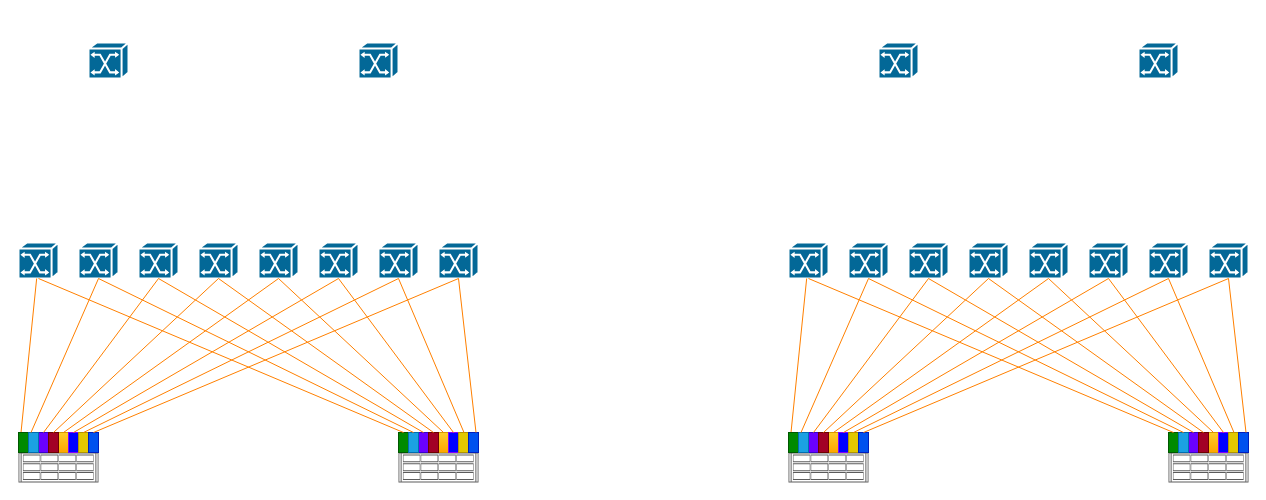
Above: 三层IB网络架构.drawio in hel-2000/network-draw (draw.io), before the change. Source tidied: cells renumbered, new cells numbered last; positions are measured from the earlier drawing's top-left corner, leaving out a move shared by most shapes. Both pictures are drawn from the tidied source at 100%, with x=0, y=0 at pixel (18, 42).
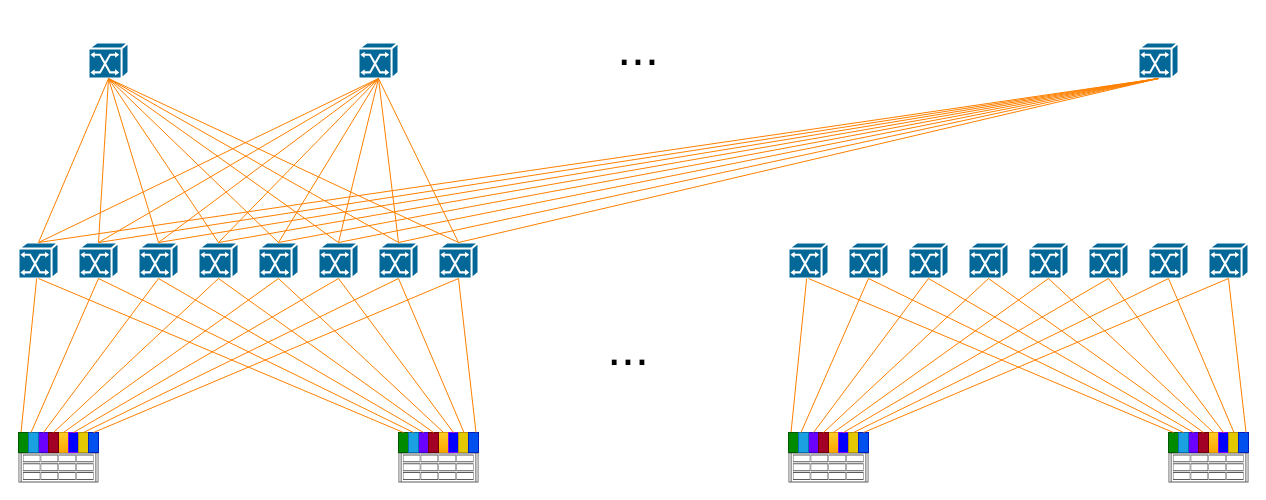
The same page after the edit.

Commit message (it also covers changes not shown here):
更新三层IB网络架构.drawio

The change refers to these unchanged cells:
```xml
<mxCell id="2" style="shape=mxgraph.cisco.switches.atm_switch;sketch=0;html=1;dashed=0;fillColor=#036897;strokeColor=#ffffff;strokeWidth=2;verticalLabelPosition=bottom;verticalAlign=top;align=center;outlineConnect=0;" parent="1" vertex="1">
  <mxGeometry y="200" width="40" height="36" as="geometry" />
</mxCell>
<mxCell id="22" style="shape=mxgraph.cisco.switches.atm_switch;sketch=0;html=1;dashed=0;fillColor=#036897;strokeColor=#ffffff;strokeWidth=2;verticalLabelPosition=bottom;verticalAlign=top;align=center;outlineConnect=0;" parent="1" vertex="1">
  <mxGeometry x="60" y="200" width="40" height="36" as="geometry" />
</mxCell>
<mxCell id="23" style="shape=mxgraph.cisco.switches.atm_switch;sketch=0;html=1;dashed=0;fillColor=#036897;strokeColor=#ffffff;strokeWidth=2;verticalLabelPosition=bottom;verticalAlign=top;align=center;outlineConnect=0;" parent="1" vertex="1">
  <mxGeometry x="120" y="200" width="40" height="36" as="geometry" />
</mxCell>
<mxCell id="24" style="shape=mxgraph.cisco.switches.atm_switch;sketch=0;html=1;dashed=0;fillColor=#036897;strokeColor=#ffffff;strokeWidth=2;verticalLabelPosition=bottom;verticalAlign=top;align=center;outlineConnect=0;" parent="1" vertex="1">
  <mxGeometry x="180" y="200" width="40" height="36" as="geometry" />
</mxCell>
<mxCell id="25" style="shape=mxgraph.cisco.switches.atm_switch;sketch=0;html=1;dashed=0;fillColor=#036897;strokeColor=#ffffff;strokeWidth=2;verticalLabelPosition=bottom;verticalAlign=top;align=center;outlineConnect=0;" parent="1" vertex="1">
  <mxGeometry x="240" y="200" width="40" height="36" as="geometry" />
</mxCell>
<mxCell id="26" style="shape=mxgraph.cisco.switches.atm_switch;sketch=0;html=1;dashed=0;fillColor=#036897;strokeColor=#ffffff;strokeWidth=2;verticalLabelPosition=bottom;verticalAlign=top;align=center;outlineConnect=0;" parent="1" vertex="1">
  <mxGeometry x="300" y="200" width="40" height="36" as="geometry" />
</mxCell>
<mxCell id="27" style="shape=mxgraph.cisco.switches.atm_switch;sketch=0;html=1;dashed=0;fillColor=#036897;strokeColor=#ffffff;strokeWidth=2;verticalLabelPosition=bottom;verticalAlign=top;align=center;outlineConnect=0;" parent="1" vertex="1">
  <mxGeometry x="360" y="200" width="40" height="36" as="geometry" />
</mxCell>
<mxCell id="28" style="shape=mxgraph.cisco.switches.atm_switch;sketch=0;html=1;dashed=0;fillColor=#036897;strokeColor=#ffffff;strokeWidth=2;verticalLabelPosition=bottom;verticalAlign=top;align=center;outlineConnect=0;" parent="1" vertex="1">
  <mxGeometry x="420" y="200" width="40" height="36" as="geometry" />
</mxCell>
<mxCell id="86" style="shape=mxgraph.cisco.switches.atm_switch;sketch=0;html=1;dashed=0;fillColor=#036897;strokeColor=#ffffff;strokeWidth=2;verticalLabelPosition=bottom;verticalAlign=top;align=center;outlineConnect=0;" parent="1" vertex="1">
  <mxGeometry x="70" width="40" height="36" as="geometry" />
</mxCell>
<mxCell id="87" style="shape=mxgraph.cisco.switches.atm_switch;sketch=0;html=1;dashed=0;fillColor=#036897;strokeColor=#ffffff;strokeWidth=2;verticalLabelPosition=bottom;verticalAlign=top;align=center;outlineConnect=0;" parent="1" vertex="1">
  <mxGeometry x="340" width="40" height="36" as="geometry" />
</mxCell>
<mxCell id="89" style="shape=mxgraph.cisco.switches.atm_switch;sketch=0;html=1;dashed=0;fillColor=#036897;strokeColor=#ffffff;strokeWidth=2;verticalLabelPosition=bottom;verticalAlign=top;align=center;outlineConnect=0;" parent="1" vertex="1">
  <mxGeometry x="1120" width="40" height="36" as="geometry" />
</mxCell>
```

Change to the diagram source:
```diff
@@
-    <mxCell id="88" style="shape=mxgraph.cisco.switches.atm_switch;sketch=0;html=1;dashed=0;fillColor=#036897;strokeColor=#ffffff;strokeWidth=2;verticalLabelPosition=bottom;verticalAlign=top;align=center;" parent="1" vertex="1">
-      <mxGeometry x="860" width="40" height="36" as="geometry" />
-    </mxCell>
@@
+    <mxCell id="90" value="&lt;font style=&quot;font-size: 50px;&quot;&gt;...&lt;/font&gt;" style="text;strokeColor=none;align=center;fillColor=none;html=1;verticalAlign=middle;whiteSpace=wrap;rounded=0;" parent="1" vertex="1">
+      <mxGeometry x="580" y="290" width="60" height="30" as="geometry" />
+    </mxCell>
+    <mxCell id="91" value="&lt;font style=&quot;font-size: 50px;&quot;&gt;...&lt;/font&gt;" style="text;strokeColor=none;align=center;fillColor=none;html=1;verticalAlign=middle;whiteSpace=wrap;rounded=0;" parent="1" vertex="1">
+      <mxGeometry x="590" y="-10" width="60" height="30" as="geometry" />
+    </mxCell>
+    <mxCell id="92" style="rounded=0;jettySize=auto;html=1;exitX=0.5;exitY=0;exitDx=0;exitDy=0;startArrow=none;startFill=0;strokeWidth=1;endArrow=none;endFill=0;strokeColor=#FF8000;entryX=0.5;entryY=1;entryDx=0;entryDy=0;entryPerimeter=0;exitPerimeter=0;" parent="1" edge="1" source="2" target="86">
+      <mxGeometry relative="1" as="geometry" />
+    </mxCell>
+    <mxCell id="93" style="rounded=0;jettySize=auto;html=1;exitX=0.5;exitY=0;exitDx=0;exitDy=0;startArrow=none;startFill=0;strokeWidth=1;endArrow=none;endFill=0;strokeColor=#FF8000;entryX=0.5;entryY=1;entryDx=0;entryDy=0;entryPerimeter=0;exitPerimeter=0;" parent="1" edge="1" source="2" target="87">
+      <mxGeometry relative="1" as="geometry" />
+    </mxCell>
+    <mxCell id="94" style="rounded=0;jettySize=auto;html=1;exitX=0.5;exitY=0;exitDx=0;exitDy=0;startArrow=none;startFill=0;strokeWidth=1;endArrow=none;endFill=0;strokeColor=#FF8000;entryX=0.5;entryY=1;entryDx=0;entryDy=0;entryPerimeter=0;exitPerimeter=0;" parent="1" edge="1" source="22" target="86">
+      <mxGeometry relative="1" as="geometry" />
+    </mxCell>
+    <mxCell id="95" style="rounded=0;jettySize=auto;html=1;exitX=0.5;exitY=0;exitDx=0;exitDy=0;startArrow=none;startFill=0;strokeWidth=1;endArrow=none;endFill=0;strokeColor=#FF8000;entryX=0.5;entryY=1;entryDx=0;entryDy=0;entryPerimeter=0;exitPerimeter=0;" parent="1" edge="1" source="22" target="87">
+      <mxGeometry relative="1" as="geometry" />
+    </mxCell>
+    <mxCell id="96" style="rounded=0;jettySize=auto;html=1;startArrow=none;startFill=0;strokeWidth=1;endArrow=none;endFill=0;strokeColor=#FF8000;entryX=0.5;entryY=1;entryDx=0;entryDy=0;entryPerimeter=0;exitX=0.5;exitY=0;exitDx=0;exitDy=0;exitPerimeter=0;" parent="1" edge="1" source="23" target="86">
+      <mxGeometry relative="1" as="geometry" />
+    </mxCell>
+    <mxCell id="97" style="rounded=0;jettySize=auto;html=1;startArrow=none;startFill=0;strokeWidth=1;endArrow=none;endFill=0;strokeColor=#FF8000;entryX=0.5;entryY=1;entryDx=0;entryDy=0;entryPerimeter=0;exitX=0.5;exitY=0;exitDx=0;exitDy=0;exitPerimeter=0;" parent="1" edge="1" source="24" target="86">
+      <mxGeometry relative="1" as="geometry" />
+    </mxCell>
+    <mxCell id="98" style="rounded=0;jettySize=auto;html=1;startArrow=none;startFill=0;strokeWidth=1;endArrow=none;endFill=0;strokeColor=#FF8000;entryX=0.5;entryY=1;entryDx=0;entryDy=0;entryPerimeter=0;exitX=0.5;exitY=0;exitDx=0;exitDy=0;exitPerimeter=0;" parent="1" edge="1" source="25" target="86">
+      <mxGeometry relative="1" as="geometry" />
+    </mxCell>
+    <mxCell id="99" style="rounded=0;jettySize=auto;html=1;startArrow=none;startFill=0;strokeWidth=1;endArrow=none;endFill=0;strokeColor=#FF8000;exitX=0.5;exitY=0;exitDx=0;exitDy=0;exitPerimeter=0;entryX=0.5;entryY=1;entryDx=0;entryDy=0;entryPerimeter=0;" parent="1" edge="1" source="26" target="86">
+      <mxGeometry relative="1" as="geometry" />
+    </mxCell>
+    <mxCell id="100" style="rounded=0;jettySize=auto;html=1;startArrow=none;startFill=0;strokeWidth=1;endArrow=none;endFill=0;strokeColor=#FF8000;exitX=0.5;exitY=0;exitDx=0;exitDy=0;exitPerimeter=0;entryX=0.5;entryY=1;entryDx=0;entryDy=0;entryPerimeter=0;" parent="1" edge="1" source="27" target="86">
+      <mxGeometry relative="1" as="geometry" />
+    </mxCell>
+    <mxCell id="101" style="rounded=0;jettySize=auto;html=1;startArrow=none;startFill=0;strokeWidth=1;endArrow=none;endFill=0;strokeColor=#FF8000;entryX=0.5;entryY=1;entryDx=0;entryDy=0;entryPerimeter=0;exitX=0.5;exitY=0;exitDx=0;exitDy=0;exitPerimeter=0;" parent="1" edge="1" source="28" target="86">
+      <mxGeometry relative="1" as="geometry" />
+    </mxCell>
+    <mxCell id="102" style="rounded=0;jettySize=auto;html=1;exitX=0.5;exitY=0;exitDx=0;exitDy=0;startArrow=none;startFill=0;strokeWidth=1;endArrow=none;endFill=0;strokeColor=#FF8000;entryX=0.5;entryY=1;entryDx=0;entryDy=0;entryPerimeter=0;exitPerimeter=0;" parent="1" edge="1" source="23" target="87">
+      <mxGeometry relative="1" as="geometry" />
+    </mxCell>
+    <mxCell id="103" style="rounded=0;jettySize=auto;html=1;startArrow=none;startFill=0;strokeWidth=1;endArrow=none;endFill=0;strokeColor=#FF8000;entryX=0.5;entryY=1;entryDx=0;entryDy=0;entryPerimeter=0;" parent="1" edge="1" target="87">
+      <mxGeometry relative="1" as="geometry">
+        <mxPoint x="200" y="200" as="sourcePoint" />
+      </mxGeometry>
+    </mxCell>
+    <mxCell id="104" style="rounded=0;jettySize=auto;html=1;exitX=0.5;exitY=0;exitDx=0;exitDy=0;startArrow=none;startFill=0;strokeWidth=1;endArrow=none;endFill=0;strokeColor=#FF8000;entryX=0.5;entryY=1;entryDx=0;entryDy=0;entryPerimeter=0;exitPerimeter=0;" parent="1" edge="1" source="25" target="87">
+      <mxGeometry relative="1" as="geometry" />
+    </mxCell>
+    <mxCell id="105" style="rounded=0;jettySize=auto;html=1;startArrow=none;startFill=0;strokeWidth=1;endArrow=none;endFill=0;strokeColor=#FF8000;entryX=0.5;entryY=1;entryDx=0;entryDy=0;entryPerimeter=0;" parent="1" edge="1" target="87">
+      <mxGeometry relative="1" as="geometry">
+        <mxPoint x="320" y="200" as="sourcePoint" />
+      </mxGeometry>
+    </mxCell>
+    <mxCell id="106" style="rounded=0;jettySize=auto;html=1;startArrow=none;startFill=0;strokeWidth=1;endArrow=none;endFill=0;strokeColor=#FF8000;entryX=0.5;entryY=1;entryDx=0;entryDy=0;entryPerimeter=0;" parent="1" edge="1" target="87">
+      <mxGeometry relative="1" as="geometry">
+        <mxPoint x="380" y="200" as="sourcePoint" />
+      </mxGeometry>
+    </mxCell>
+    <mxCell id="107" style="rounded=0;jettySize=auto;html=1;exitX=0.5;exitY=0;exitDx=0;exitDy=0;startArrow=none;startFill=0;strokeWidth=1;endArrow=none;endFill=0;strokeColor=#FF8000;entryX=0.5;entryY=1;entryDx=0;entryDy=0;entryPerimeter=0;exitPerimeter=0;" parent="1" edge="1" source="28" target="87">
+      <mxGeometry relative="1" as="geometry" />
+    </mxCell>
+    <mxCell id="108" style="rounded=0;jettySize=auto;html=1;exitX=0.5;exitY=0;exitDx=0;exitDy=0;startArrow=none;startFill=0;strokeWidth=1;endArrow=none;endFill=0;strokeColor=#FF8000;entryX=0.5;entryY=1;entryDx=0;entryDy=0;entryPerimeter=0;exitPerimeter=0;" parent="1" edge="1" source="2" target="89">
+      <mxGeometry relative="1" as="geometry" />
+    </mxCell>
+    <mxCell id="109" style="rounded=0;jettySize=auto;html=1;exitX=0.5;exitY=0;exitDx=0;exitDy=0;startArrow=none;startFill=0;strokeWidth=1;endArrow=none;endFill=0;strokeColor=#FF8000;entryX=0.5;entryY=1;entryDx=0;entryDy=0;entryPerimeter=0;exitPerimeter=0;" parent="1" edge="1" source="22" target="89">
+      <mxGeometry relative="1" as="geometry" />
+    </mxCell>
+    <mxCell id="110" style="rounded=0;jettySize=auto;html=1;exitX=0.5;exitY=0;exitDx=0;exitDy=0;startArrow=none;startFill=0;strokeWidth=1;endArrow=none;endFill=0;strokeColor=#FF8000;entryX=0.5;entryY=1;entryDx=0;entryDy=0;entryPerimeter=0;exitPerimeter=0;" parent="1" edge="1" source="23" target="89">
+      <mxGeometry relative="1" as="geometry" />
+    </mxCell>
+    <mxCell id="111" style="rounded=0;jettySize=auto;html=1;exitX=0.5;exitY=0;exitDx=0;exitDy=0;startArrow=none;startFill=0;strokeWidth=1;endArrow=none;endFill=0;strokeColor=#FF8000;exitPerimeter=0;entryX=0.5;entryY=1;entryDx=0;entryDy=0;entryPerimeter=0;" parent="1" edge="1" source="24" target="89">
+      <mxGeometry relative="1" as="geometry" />
+    </mxCell>
+    <mxCell id="112" style="rounded=0;jettySize=auto;html=1;exitX=0.5;exitY=0;exitDx=0;exitDy=0;startArrow=none;startFill=0;strokeWidth=1;endArrow=none;endFill=0;strokeColor=#FF8000;entryX=0.5;entryY=1;entryDx=0;entryDy=0;entryPerimeter=0;exitPerimeter=0;" parent="1" edge="1" source="25" target="89">
+      <mxGeometry relative="1" as="geometry" />
+    </mxCell>
+    <mxCell id="113" style="rounded=0;jettySize=auto;html=1;exitX=0.5;exitY=0;exitDx=0;exitDy=0;startArrow=none;startFill=0;strokeWidth=1;endArrow=none;endFill=0;strokeColor=#FF8000;entryX=0.5;entryY=1;entryDx=0;entryDy=0;entryPerimeter=0;exitPerimeter=0;" parent="1" edge="1" source="26" target="89">
+      <mxGeometry relative="1" as="geometry" />
+    </mxCell>
+    <mxCell id="114" style="rounded=0;jettySize=auto;html=1;exitX=0.5;exitY=0;exitDx=0;exitDy=0;startArrow=none;startFill=0;strokeWidth=1;endArrow=none;endFill=0;strokeColor=#FF8000;entryX=0.5;entryY=1;entryDx=0;entryDy=0;entryPerimeter=0;exitPerimeter=0;" parent="1" edge="1" source="27" target="89">
+      <mxGeometry relative="1" as="geometry" />
+    </mxCell>
+    <mxCell id="115" style="rounded=0;jettySize=auto;html=1;exitX=0.5;exitY=0;exitDx=0;exitDy=0;startArrow=none;startFill=0;strokeWidth=1;endArrow=none;endFill=0;strokeColor=#FF8000;entryX=0.5;entryY=1;entryDx=0;entryDy=0;entryPerimeter=0;exitPerimeter=0;" parent="1" edge="1" source="28" target="89">
+      <mxGeometry relative="1" as="geometry" />
+    </mxCell>
```
